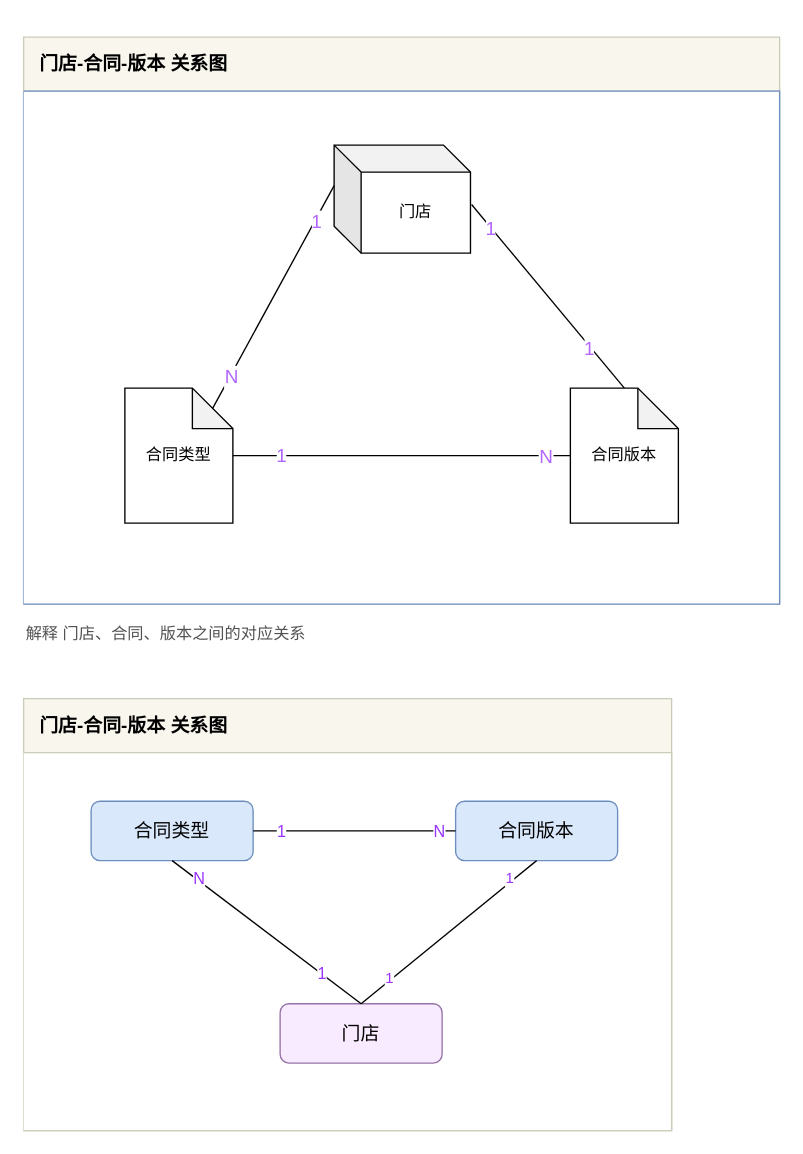
Above: page "门店 - 合同关系2" (3 of 3) of 伊智oa.drawio in yangbe/diagrams (draw.io), before the change. Source tidied: cells renumbered, new cells numbered last; positions are measured from the earlier drawing's top-left corner, leaving out a move shared by most shapes. Both pictures are drawn from the tidied source at 135%, with x=0, y=0 at pixel (23, 36).
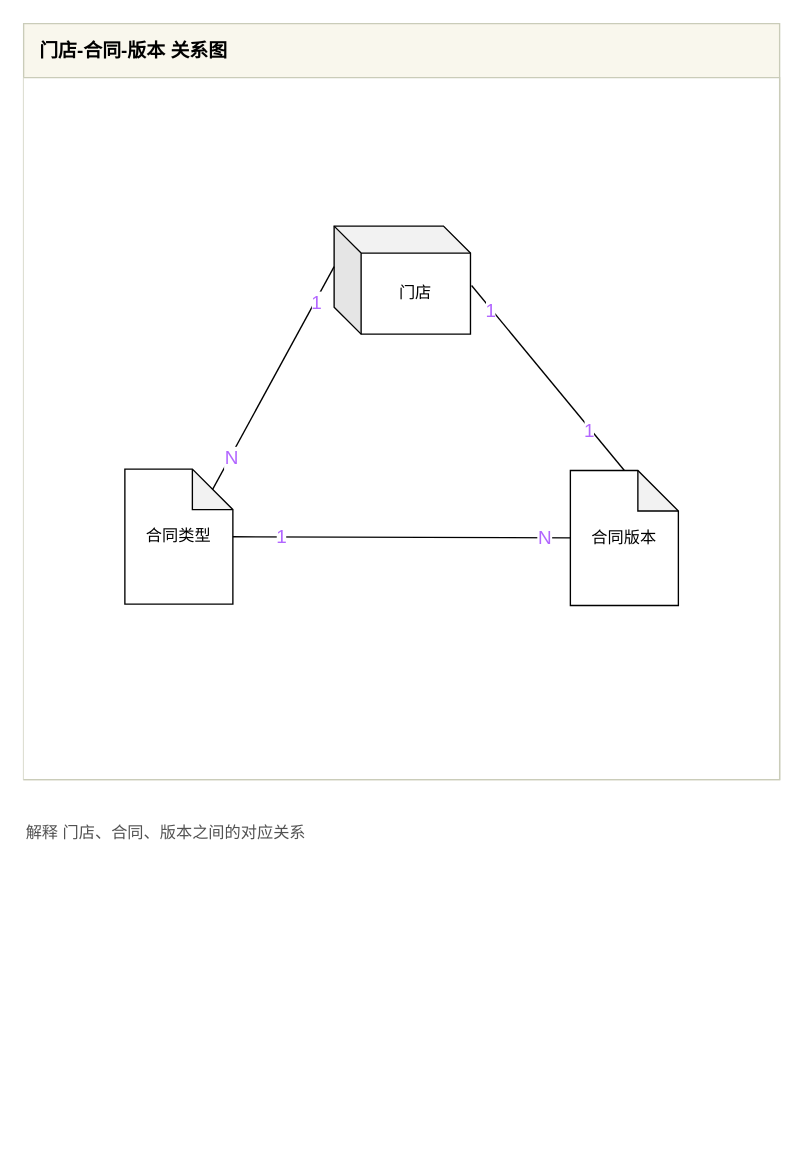
Above is the later version.

Change to the diagram source:
```diff
@@
-    <mxCell id="2" value="门店-合同-版本 关系图" style="swimlane;html=1;horizontal=1;startSize=40;rounded=0;glass=0;labelBackgroundColor=none;strokeColor=#CACCB9;fillColor=#f9f7ed;fontSize=14;align=left;spacingLeft=10;fontColor=#000000;" parent="1" vertex="1">
-      <mxGeometry y="490" width="480" height="320" as="geometry" />
-    </mxCell>
-    <mxCell id="3" style="swimlane;html=1;startSize=0;horizontal=0;rounded=0;fontSize=14;align=left;strokeColor=#CACCB9;fillColor=#f9f7ed;glass=0;spacingLeft=10;swimlaneFillColor=#ffffff;" parent="2" vertex="1">
-      <mxGeometry y="40" width="480" height="280" as="geometry" />
-    </mxCell>
-    <mxCell id="4" value="合同版本" style="rounded=1;whiteSpace=wrap;html=1;fillColor=#dae8fc;strokeColor=#6c8ebf;fontSize=14;" parent="3" vertex="1">
-      <mxGeometry x="320" y="36" width="120" height="44" as="geometry" />
-    </mxCell>
-    <mxCell id="5" value="合同类型" style="rounded=1;whiteSpace=wrap;html=1;fillColor=#dae8fc;strokeColor=#6c8ebf;fontSize=14;" parent="3" vertex="1">
-      <mxGeometry x="50" y="36" width="120" height="44" as="geometry" />
-    </mxCell>
-    <mxCell id="6" value="门店" style="rounded=1;whiteSpace=wrap;html=1;strokeColor=#9673a6;fontSize=14;fillColor=#F8EBFF;" parent="3" vertex="1">
-      <mxGeometry x="190" y="186" width="120" height="44" as="geometry" />
-    </mxCell>
-    <mxCell id="7" style="edgeStyle=none;rounded=0;jettySize=auto;html=1;fontSize=14;endArrow=none;endFill=0;fontColor=#007FFF;" parent="3" edge="1" source="5" target="4">
-      <mxGeometry relative="1" as="geometry" />
-    </mxCell>
-    <mxCell id="8" value="1" style="edgeLabel;html=1;align=center;verticalAlign=middle;fontSize=12;fontColor=#9933FF;" parent="7" vertex="1">
-      <mxGeometry x="-0.74" relative="1" as="geometry" />
-    </mxCell>
-    <mxCell id="9" value="N" style="edgeLabel;html=1;align=center;verticalAlign=middle;fontSize=12;fontColor=#9933FF;" parent="7" vertex="1">
-      <mxGeometry x="0.82" y="-1" relative="1" as="geometry">
-        <mxPoint y="-1" as="offset" />
-      </mxGeometry>
-    </mxCell>
-    <mxCell id="10" style="rounded=0;jettySize=auto;html=1;fontSize=14;startArrow=none;startFill=0;endArrow=none;endFill=0;endSize=6;startSize=6;entryX=0.5;entryY=0;entryDx=0;entryDy=0;exitX=0.5;exitY=1;exitDx=0;exitDy=0;fontColor=#007FFF;" parent="3" edge="1" source="5" target="6">
-      <mxGeometry relative="1" as="geometry" />
-    </mxCell>
-    <mxCell id="11" value="N" style="edgeLabel;html=1;align=center;verticalAlign=middle;fontSize=12;fontColor=#9933FF;" parent="10" vertex="1">
-      <mxGeometry x="-0.79" y="-1" relative="1" as="geometry">
-        <mxPoint x="5.9" y="2.3" as="offset" />
-      </mxGeometry>
-    </mxCell>
-    <mxCell id="12" value="1" style="edgeLabel;html=1;align=center;verticalAlign=middle;fontSize=12;fontColor=#9933FF;" parent="10" vertex="1">
-      <mxGeometry x="0.67" relative="1" as="geometry">
-        <mxPoint x="-6.9" y="-5.5" as="offset" />
-      </mxGeometry>
-    </mxCell>
-    <mxCell id="13" style="edgeStyle=none;rounded=0;jettySize=auto;html=1;exitX=0.5;exitY=1;exitDx=0;exitDy=0;entryX=0.5;entryY=0;entryDx=0;entryDy=0;startArrow=none;startFill=0;startSize=6;endArrow=none;endFill=0;endSize=6;fontSize=14;fontColor=#007FFF;" parent="3" edge="1" source="4" target="6">
-      <mxGeometry relative="1" as="geometry" />
-    </mxCell>
-    <mxCell id="14" value="1" style="edgeLabel;html=1;align=center;verticalAlign=middle;fontColor=#9933FF;" parent="13" vertex="1">
-      <mxGeometry x="0.73" y="1" relative="1" as="geometry">
-        <mxPoint x="1.8" y="-6.4" as="offset" />
-      </mxGeometry>
-    </mxCell>
-    <mxCell id="15" value="1" style="edgeLabel;html=1;align=center;verticalAlign=middle;fontColor=#9933FF;" parent="13" vertex="1">
-      <mxGeometry x="-0.79" y="2" relative="1" as="geometry">
-        <mxPoint x="-7.6" as="offset" />
-      </mxGeometry>
-    </mxCell>
     <mxCell id="16" value="解释 门店、合同、版本之间的对应关系" style="text;html=1;strokeColor=none;fillColor=none;align=left;verticalAlign=middle;whiteSpace=wrap;rounded=0;fontColor=#525252;" parent="1" vertex="1">
-      <mxGeometry y="432" width="480" height="20" as="geometry" />
+      <mxGeometry y="580" width="480" height="20" as="geometry" />
     </mxCell>
     <mxCell id="17" value="门店-合同-版本 关系图" style="swimlane;html=1;horizontal=1;startSize=40;rounded=0;glass=0;labelBackgroundColor=none;strokeColor=#CACCB9;fillColor=#f9f7ed;fontSize=14;align=left;spacingLeft=10;fontColor=#000000;" parent="1" vertex="1">
-      <mxGeometry width="560" height="420" as="geometry" />
+      <mxGeometry y="-10" width="560" height="560" as="geometry" />
     </mxCell>
-    <mxCell id="18" style="swimlane;html=1;startSize=0;horizontal=0;rounded=0;fontSize=14;align=left;strokeColor=#6c8ebf;fillColor=#dae8fc;glass=0;spacingLeft=10;swimlaneFillColor=#ffffff;" parent="17" vertex="1">
-      <mxGeometry y="40" width="560" height="380" as="geometry" />
+    <mxCell id="18" style="swimlane;html=1;startSize=0;horizontal=0;rounded=0;fontSize=14;align=left;fillColor=#dae8fc;glass=0;spacingLeft=10;swimlaneFillColor=#ffffff;strokeColor=#CACCB9;" parent="17" vertex="1">
+      <mxGeometry y="40" width="560" height="520" as="geometry" />
     </mxCell>
     <mxCell id="19" value="门店" style="shape=cube;whiteSpace=wrap;html=1;boundedLbl=1;backgroundOutline=1;darkOpacity=0.05;darkOpacity2=0.1;" parent="18" vertex="1">
-      <mxGeometry x="230" y="40" width="101" height="80" as="geometry" />
+      <mxGeometry x="230" y="110" width="101" height="80" as="geometry" />
     </mxCell>
     <mxCell id="20" value="合同版本" style="shape=note;whiteSpace=wrap;html=1;backgroundOutline=1;darkOpacity=0.05;" parent="18" vertex="1">
-      <mxGeometry x="405" y="220" width="80" height="100" as="geometry" />
+      <mxGeometry x="405" y="291" width="80" height="100" as="geometry" />
     </mxCell>
     <mxCell id="21" value="合同类型" style="shape=note;whiteSpace=wrap;html=1;backgroundOutline=1;darkOpacity=0.05;" parent="18" vertex="1">
-      <mxGeometry x="75" y="220" width="80" height="100" as="geometry" />
+      <mxGeometry x="75" y="290" width="80" height="100" as="geometry" />
     </mxCell>
```
